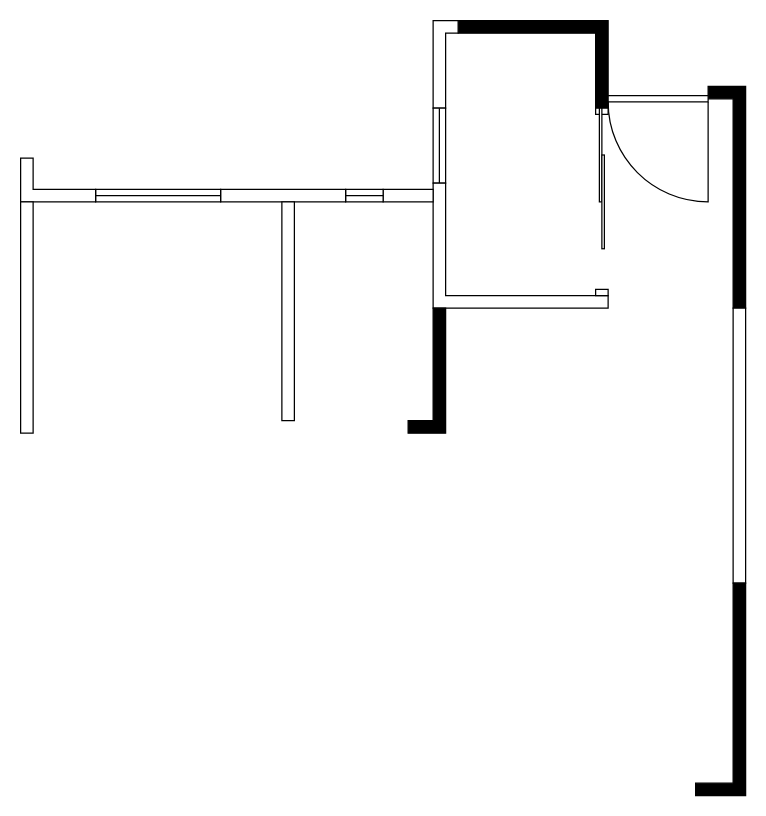
The draw.io diagram 户型.drawio in HaroldCC/dotfiles, before the edit. Source tidied: cells renumbered, new cells numbered last; positions are measured from the earlier drawing's top-left corner, leaving out a move shared by most shapes. Both pictures are drawn from the tidied source at 125%, with x=0, y=0 at pixel (20, 20).
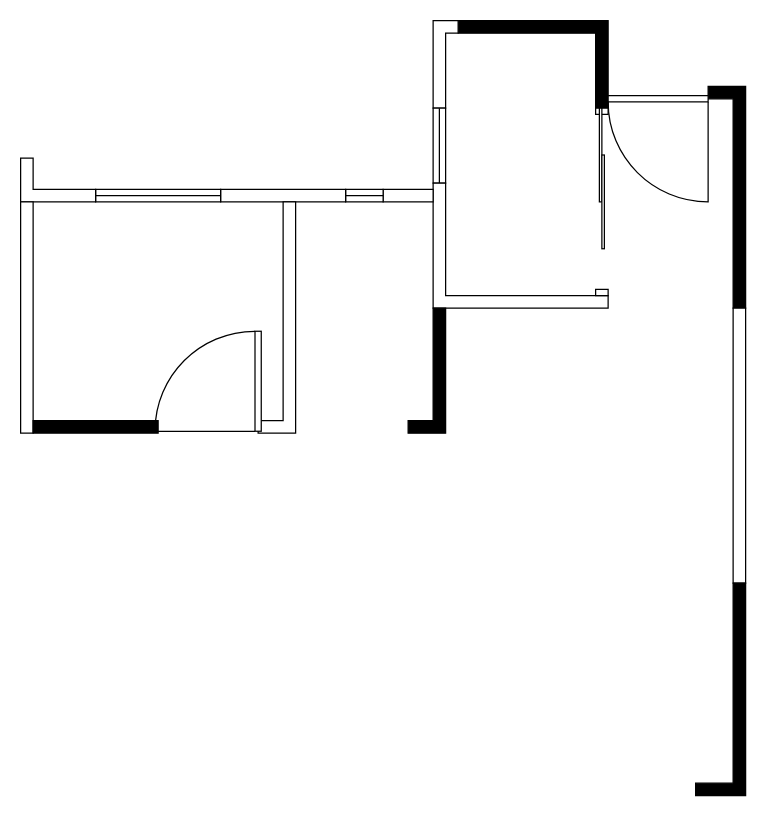
Above is the later version.

The edit, as a diff of the source:
```diff
@@
-    <mxCell id="18" style="verticalLabelPosition=bottom;html=1;verticalAlign=top;align=center;shape=mxgraph.floorplan.wall;direction=south;" parent="1" vertex="1">
-      <mxGeometry x="209" y="145" width="10" height="175" as="geometry" />
-    </mxCell>
+    <mxCell id="19" style="verticalLabelPosition=bottom;html=1;verticalAlign=top;align=center;shape=mxgraph.floorplan.wall;fillColor=strokeColor;" parent="1" vertex="1">
+      <mxGeometry x="10" y="320" width="100" height="10" as="geometry" />
+    </mxCell>
+    <mxCell id="20" style="verticalLabelPosition=bottom;html=1;verticalAlign=top;align=center;shape=mxgraph.floorplan.wallCorner;direction=west;" parent="1" vertex="1">
+      <mxGeometry x="190" y="145" width="30" height="185" as="geometry" />
+    </mxCell>
+    <mxCell id="21" style="verticalLabelPosition=bottom;html=1;verticalAlign=top;align=center;shape=mxgraph.floorplan.doorRight;rotation=90;" parent="1" vertex="1">
+      <mxGeometry x="110" y="246" width="80" height="85" as="geometry" />
+    </mxCell>
```
